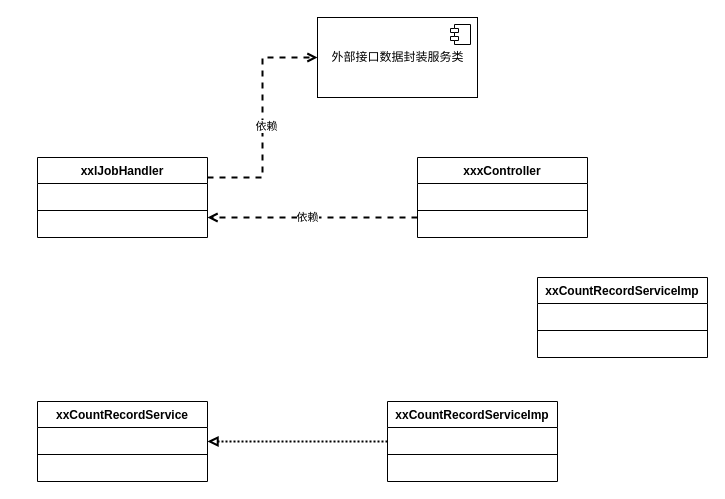
Before: 关键对象模型.drawio in chenzhi666/doc, a draw.io diagram. Source tidied: cells renumbered, new cells numbered last; positions are measured from the earlier drawing's top-left corner, leaving out a move shared by most shapes. Both pictures are drawn from the tidied source at 100%, with x=0, y=0 at pixel (37, 17).
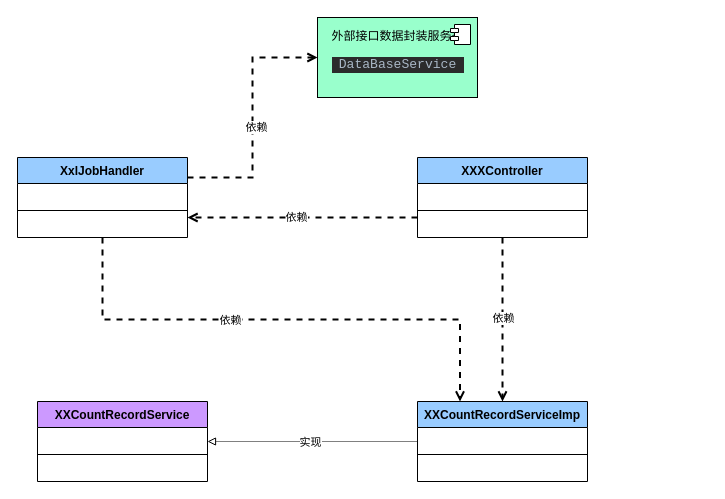
After the change.

Commit message:
Update 关键对象模型.drawio

Unchanged cells that the change refers to:
```xml
<mxCell id="12" style="line;strokeWidth=1;fillColor=none;align=left;verticalAlign=middle;spacingTop=-1;spacingLeft=3;spacingRight=3;labelPosition=right;points=[];portConstraint=eastwest;" parent="11" vertex="1">
  <mxGeometry y="26" width="170" height="54" as="geometry" />
</mxCell>
```

What changed in the source:
```diff
@@
+    <mxCell id="19" style="edgeStyle=orthogonalEdgeStyle;rounded=0;jettySize=auto;html=1;exitX=0.5;exitY=1;exitDx=0;exitDy=0;dashed=1;endArrow=open;endFill=0;strokeColor=default;strokeWidth=2;entryX=0.25;entryY=0;entryDx=0;entryDy=0;" parent="1" edge="1" source="4" target="9">
+      <mxGeometry relative="1" as="geometry" />
+    </mxCell>
+    <mxCell id="20" value="依赖" style="edgeLabel;html=1;align=center;verticalAlign=middle;" parent="19" vertex="1">
+      <mxGeometry x="-0.2" y="-1" relative="1" as="geometry">
+        <mxPoint y="-1" as="offset" />
+      </mxGeometry>
+    </mxCell>
-    <mxCell id="4" value="xxlJobHandler" style="swimlane;fontStyle=1;align=center;verticalAlign=top;horizontal=1;startSize=26;" parent="1" vertex="1">
-      <mxGeometry y="140" width="170" height="80" as="geometry" />
+    <mxCell id="4" value="XxlJobHandler" style="swimlane;fontStyle=1;align=center;verticalAlign=top;horizontal=1;startSize=26;fillColor=#99CCFF;" parent="1" vertex="1">
+      <mxGeometry x="-20" y="140" width="170" height="80" as="geometry" />
     </mxCell>
-    <mxCell id="5" style="line;strokeWidth=1;fillColor=none;align=left;verticalAlign=middle;spacingTop=-1;spacingLeft=3;spacingRight=3;labelPosition=right;" parent="4" vertex="1">
+    <mxCell id="5" style="line;strokeWidth=1;fillColor=#FFCCFF;align=left;verticalAlign=middle;spacingTop=-1;spacingLeft=3;spacingRight=3;labelPosition=right;" parent="4" vertex="1">
       <mxGeometry y="26" width="170" height="54" as="geometry" />
     </mxCell>
     <mxCell id="6" style="edgeStyle=orthogonalEdgeStyle;rounded=0;jettySize=auto;html=1;dashed=1;endArrow=open;endFill=0;entryX=1;entryY=0.75;entryDx=0;entryDy=0;strokeColor=default;strokeWidth=2;" parent="1" edge="1" source="12" target="4">
       <mxGeometry relative="1" as="geometry">
         <Array as="points">
-          <mxPoint x="400" y="200" />
-          <mxPoint x="400" y="200" />
+          <mxPoint x="320" y="200" />
+          <mxPoint x="320" y="200" />
         </Array>
       </mxGeometry>
     </mxCell>
@@
-    <mxCell id="8" style="edgeStyle=orthogonalEdgeStyle;rounded=0;jettySize=auto;html=1;exitX=0;exitY=0.5;exitDx=0;exitDy=0;entryX=1;entryY=0.5;entryDx=0;entryDy=0;dashed=1;endArrow=block;endFill=0;strokeColor=default;strokeWidth=2;dashPattern=1 1;" parent="1" edge="1" source="9" target="13">
-      <mxGeometry relative="1" as="geometry" />
+    <mxCell id="8" style="edgeStyle=orthogonalEdgeStyle;rounded=0;jettySize=auto;html=1;exitX=0;exitY=0.5;exitDx=0;exitDy=0;entryX=1;entryY=0.5;entryDx=0;entryDy=0;dashed=1;endArrow=block;endFill=0;strokeColor=default;strokeWidth=1;dashPattern=1 1;" parent="1" edge="1" source="9" target="13">
+      <mxGeometry relative="1" as="geometry">
+        <Array as="points">
+          <mxPoint x="260" y="424" />
+          <mxPoint x="260" y="424" />
+        </Array>
+      </mxGeometry>
     </mxCell>
+    <mxCell id="21" value="实现" style="edgeLabel;html=1;align=center;verticalAlign=middle;" parent="8" vertex="1">
+      <mxGeometry x="0.22" y="1" relative="1" as="geometry">
+        <mxPoint x="20" y="-1" as="offset" />
+      </mxGeometry>
+    </mxCell>
-    <mxCell id="9" value="xxCountRecordServiceImp&#10;" style="swimlane;fontStyle=1;align=center;verticalAlign=top;horizontal=1;startSize=26;" parent="1" vertex="1">
-      <mxGeometry x="350" y="384" width="170" height="80" as="geometry" />
+    <mxCell id="9" value="XXCountRecordServiceImp&#10;" style="swimlane;fontStyle=1;align=center;verticalAlign=top;horizontal=1;startSize=26;fillColor=#99CCFF;" parent="1" vertex="1">
+      <mxGeometry x="380" y="384" width="170" height="80" as="geometry" />
     </mxCell>
@@
+    <mxCell id="22" style="edgeStyle=orthogonalEdgeStyle;rounded=0;jettySize=auto;html=1;exitX=0.5;exitY=1;exitDx=0;exitDy=0;dashed=1;endArrow=open;endFill=0;strokeColor=default;strokeWidth=2;" parent="1" edge="1" source="11" target="9">
+      <mxGeometry relative="1" as="geometry" />
+    </mxCell>
+    <mxCell id="23" value="依赖" style="edgeLabel;html=1;align=center;verticalAlign=middle;" parent="22" vertex="1">
+      <mxGeometry x="-0.17" y="3" relative="1" as="geometry">
+        <mxPoint x="-3" y="12" as="offset" />
+      </mxGeometry>
+    </mxCell>
-    <mxCell id="11" value="xxxController&#10;" style="swimlane;fontStyle=1;align=center;verticalAlign=top;horizontal=1;startSize=26;" parent="1" vertex="1">
+    <mxCell id="11" value="XXXController&#10;" style="swimlane;fontStyle=1;align=center;verticalAlign=top;horizontal=1;startSize=26;fillColor=#99CCFF;" parent="1" vertex="1">
       <mxGeometry x="380" y="140" width="170" height="80" as="geometry" />
     </mxCell>
@@
-    <mxCell id="13" value="xxCountRecordService&#10;" style="swimlane;fontStyle=1;align=center;verticalAlign=top;horizontal=1;startSize=26;" parent="1" vertex="1">
+    <mxCell id="13" value="XXCountRecordService&#10;" style="swimlane;fontStyle=1;align=center;verticalAlign=top;horizontal=1;startSize=26;fillColor=#CC99FF;" parent="1" vertex="1">
       <mxGeometry y="384" width="170" height="80" as="geometry" />
     </mxCell>
@@
-    <mxCell id="15" value="xxCountRecordServiceImp&#10;" style="swimlane;fontStyle=1;align=center;verticalAlign=top;horizontal=1;startSize=26;" parent="1" vertex="1">
-      <mxGeometry x="500" y="260" width="170" height="80" as="geometry" />
-    </mxCell>
-    <mxCell id="16" style="line;strokeWidth=1;fillColor=none;align=left;verticalAlign=middle;spacingTop=-1;spacingLeft=3;spacingRight=3;labelPosition=right;" parent="15" vertex="1">
-      <mxGeometry y="26" width="170" height="54" as="geometry" />
-    </mxCell>
-    <mxCell id="17" value="外部接口数据封装服务类" style="html=1;" parent="1" vertex="1">
+    <mxCell id="17" value="外部接口数据封装服务类&lt;br&gt;&lt;pre style=&quot;background-color: #2b2b2b ; color: #a9b7c6 ; font-family: &amp;#34;jetbrains mono&amp;#34; , monospace ; font-size: 9.8pt&quot;&gt;DataBaseService&lt;/pre&gt;" style="html=1;fillColor=#99FFCC;" parent="1" vertex="1">
       <mxGeometry x="280" width="160" height="80" as="geometry" />
     </mxCell>
```
